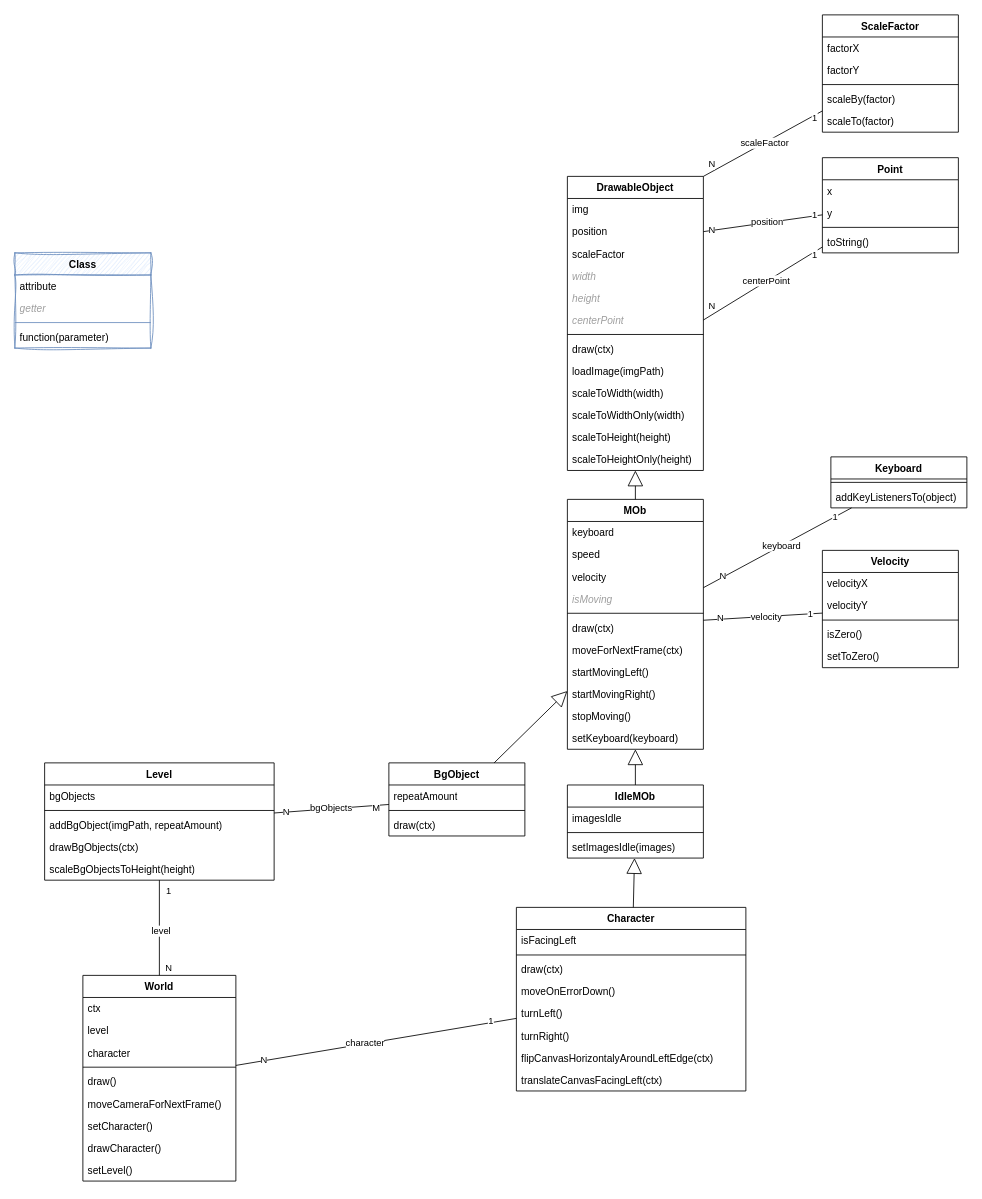
This is uml/Sharky-ClassDiagram.drawio from ReinhardWansch/Sharky-DeveloperAkademie, a draw.io file, before an edit. Source tidied: cells renumbered, new cells numbered last; positions are measured from the earlier drawing's top-left corner, leaving out a move shared by most shapes. Both pictures are drawn from the tidied source at 85%, with x=0, y=0 at pixel (14, 14).
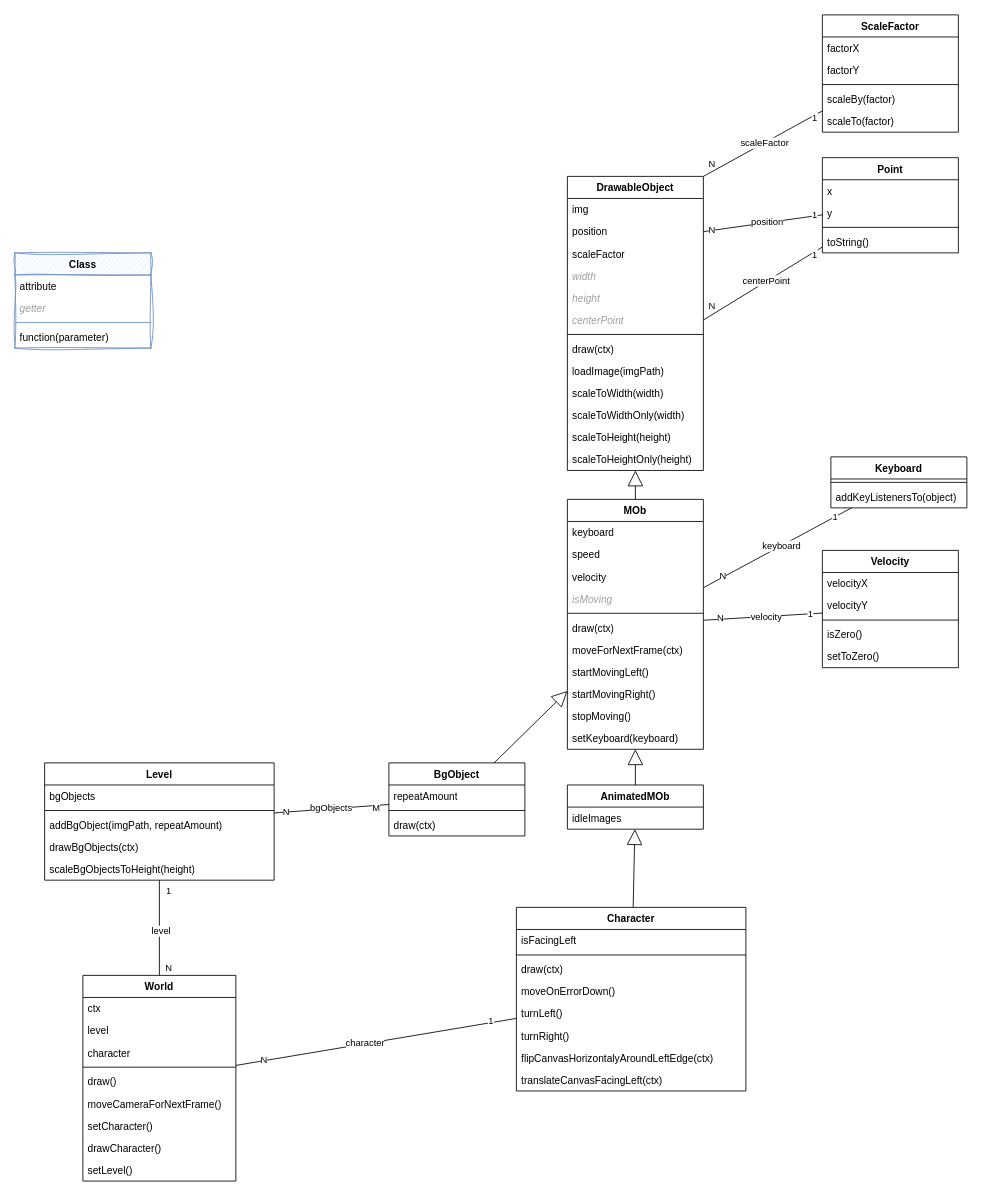
After the change.

Commit message (it also covers changes not shown here):
remove function setIdleImages from AnimatedMOb

Change to the diagram source:
```diff
@@
-    <mxCell id="29" value="IdleMOb" style="swimlane;fontStyle=1;align=center;verticalAlign=top;horizontal=1;startSize=26;whiteSpace=wrap;html=1;" parent="1" vertex="1">
-      <mxGeometry x="650" y="906" width="160" height="86" as="geometry" />
+    <mxCell id="29" value="AnimatedMOb" style="swimlane;fontStyle=1;align=center;verticalAlign=top;horizontal=1;startSize=26;whiteSpace=wrap;html=1;" parent="1" vertex="1">
+      <mxGeometry x="650" y="906" width="160" height="52" as="geometry" />
     </mxCell>
-    <mxCell id="30" value="imagesIdle" style="text;strokeColor=none;fillColor=none;align=left;verticalAlign=top;spacingLeft=4;spacingRight=4;overflow=hidden;whiteSpace=wrap;html=1;" parent="29" vertex="1">
+    <mxCell id="30" value="idleImages" style="text;strokeColor=none;fillColor=none;align=left;verticalAlign=top;spacingLeft=4;spacingRight=4;overflow=hidden;whiteSpace=wrap;html=1;" parent="29" vertex="1">
       <mxGeometry y="26" width="160" height="26" as="geometry" />
     </mxCell>
-    <mxCell id="31" style="line;strokeWidth=1;fillColor=none;align=left;verticalAlign=middle;spacingTop=-1;spacingLeft=3;spacingRight=3;labelPosition=right;strokeColor=inherit;" parent="29" vertex="1">
-      <mxGeometry y="52" width="160" height="8" as="geometry" />
-    </mxCell>
-    <mxCell id="32" value="setImagesIdle(images)" style="text;strokeColor=none;fillColor=none;align=left;verticalAlign=top;spacingLeft=4;spacingRight=4;overflow=hidden;whiteSpace=wrap;html=1;" parent="29" vertex="1">
-      <mxGeometry y="60" width="160" height="26" as="geometry" />
-    </mxCell>
```
